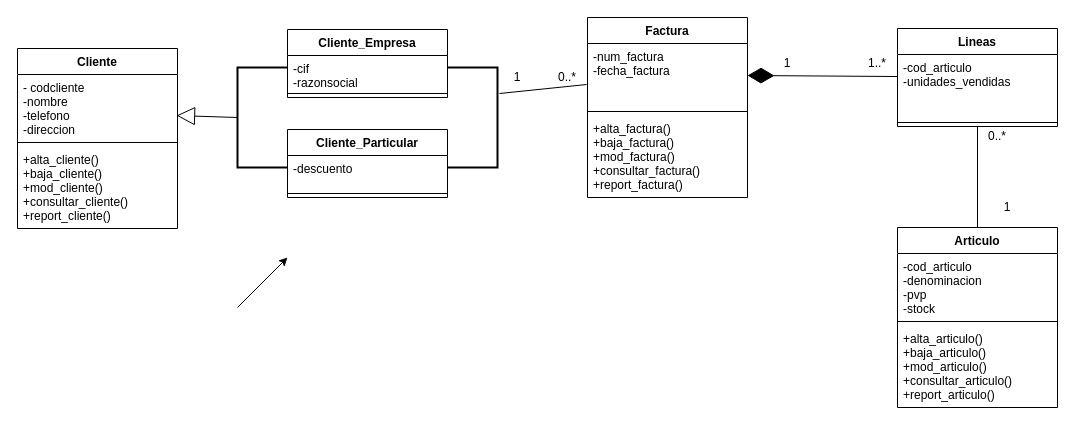
Before: UML/Actividad_4_Req1_Clase.drawio in Vasi81/Calculadora_Entornos, a draw.io diagram. Source tidied: cells renumbered, new cells numbered last; positions are measured from the earlier drawing's top-left corner, leaving out a move shared by most shapes. Both pictures are drawn from the tidied source at 100%, with x=0, y=0 at pixel (17, 17).
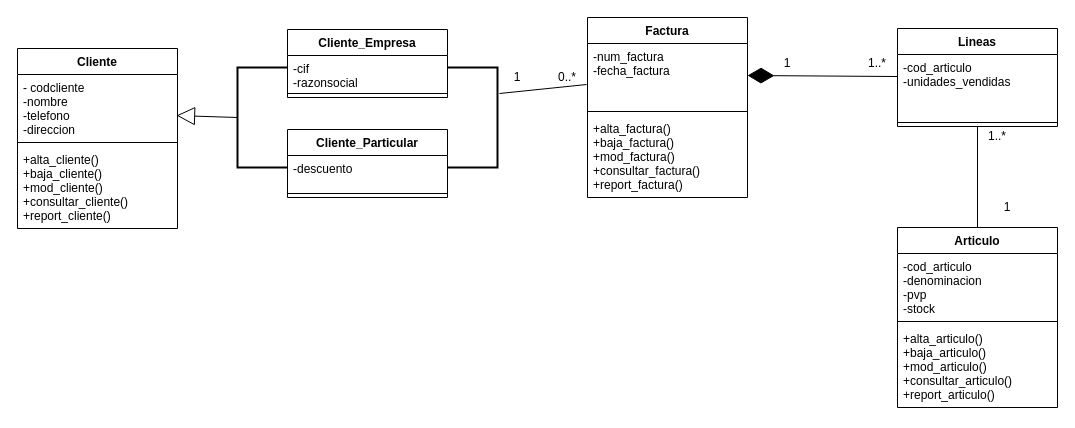
The same diagram, later.

Change to the diagram source:
```diff
@@
-    <mxCell id="27" value="0..*" style="text;html=1;strokeColor=none;fillColor=none;align=center;verticalAlign=middle;whiteSpace=wrap;rounded=0;" parent="1" vertex="1">
+    <mxCell id="27" value="1..*" style="text;html=1;strokeColor=none;fillColor=none;align=center;verticalAlign=middle;whiteSpace=wrap;rounded=0;" parent="1" vertex="1">
       <mxGeometry x="960" y="109" width="40" height="20" as="geometry" />
     </mxCell>
@@
-    <mxCell id="35" style="endArrow=classic;html=1;" parent="1" edge="1">
-      <mxGeometry relative="1" as="geometry">
-        <mxPoint x="220" y="290" as="sourcePoint" />
-        <mxPoint x="270" y="240" as="targetPoint" />
-      </mxGeometry>
-    </mxCell>
```
